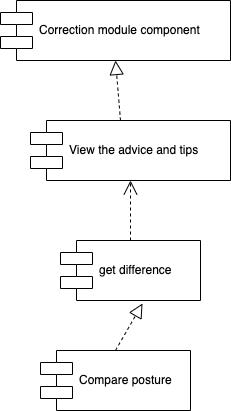
Earlier version of the draw.io export diagrams/correction.png (1338199/SDD). Source tidied: cells renumbered, new cells last; positions are measured from the earlier drawing's top-left corner, leaving out a move shared by most shapes.
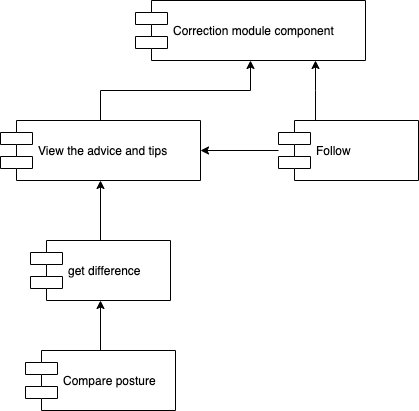
The same diagram one commit later.

Change to the diagram source:
```diff
@@ -3,25 +3,41 @@
     <mxCell id="0" />
     <mxCell id="1" parent="0" />
     <mxCell id="2" value="Correction module component" style="shape=component;align=left;spacingLeft=36;" parent="1" vertex="1">
-      <mxGeometry width="230" height="60" as="geometry" />
+      <mxGeometry x="150" width="230" height="60" as="geometry" />
     </mxCell>
+    <mxCell id="8" style="edgeStyle=orthogonalEdgeStyle;rounded=0;jettySize=auto;html=1;" parent="1" edge="1" source="3" target="2">
+      <mxGeometry relative="1" as="geometry" />
+    </mxCell>
     <mxCell id="3" value="View the advice and tips" style="shape=component;align=left;spacingLeft=36;" parent="1" vertex="1">
-      <mxGeometry x="30" y="120" width="200" height="60" as="geometry" />
+      <mxGeometry x="15" y="120" width="200" height="60" as="geometry" />
     </mxCell>
+    <mxCell id="6" style="edgeStyle=orthogonalEdgeStyle;rounded=0;jettySize=auto;html=1;" parent="1" edge="1" source="4" target="5">
+      <mxGeometry relative="1" as="geometry" />
+    </mxCell>
     <mxCell id="4" value="Compare posture" style="shape=component;align=left;spacingLeft=36;" parent="1" vertex="1">
       <mxGeometry x="40" y="350" width="150" height="60" as="geometry" />
     </mxCell>
+    <mxCell id="7" style="edgeStyle=orthogonalEdgeStyle;rounded=0;jettySize=auto;html=1;" parent="1" edge="1" source="5" target="3">
+      <mxGeometry relative="1" as="geometry" />
+    </mxCell>
     <mxCell id="5" value="get difference" style="shape=component;align=left;spacingLeft=36;" parent="1" vertex="1">
-      <mxGeometry x="60" y="240" width="140" height="60" as="geometry" />
+      <mxGeometry x="45" y="240" width="140" height="60" as="geometry" />
     </mxCell>
-    <mxCell id="6" style="endArrow=block;dashed=1;endFill=0;endSize=12;html=1;exitX=0.5;exitY=0;exitDx=0;exitDy=0;entryX=0.586;entryY=1.05;entryDx=0;entryDy=0;entryPerimeter=0;" parent="1" edge="1" source="4" target="5">
-      <mxGeometry relative="1" as="geometry" />
-    </mxCell>
-    <mxCell id="7" style="endArrow=open;endSize=12;dashed=1;html=1;exitX=0.5;exitY=0;exitDx=0;exitDy=0;" parent="1" edge="1" source="5" target="3">
-      <mxGeometry relative="1" as="geometry" />
-    </mxCell>
-    <mxCell id="8" style="endArrow=block;dashed=1;endFill=0;endSize=12;html=1;exitX=0.45;exitY=0;exitDx=0;exitDy=0;exitPerimeter=0;entryX=0.5;entryY=1;entryDx=0;entryDy=0;" parent="1" edge="1" source="3" target="2">
-      <mxGeometry relative="1" as="geometry" />
-    </mxCell>
+    <mxCell id="9" style="edgeStyle=orthogonalEdgeStyle;rounded=0;jettySize=auto;html=1;" parent="1" edge="1" source="10" target="3">
+      <mxGeometry relative="1" as="geometry" />
+    </mxCell>
+    <mxCell id="10" value="Follow" style="shape=component;align=left;spacingLeft=36;" parent="1" vertex="1">
+      <mxGeometry x="293" y="120" width="140" height="60" as="geometry" />
+    </mxCell>
+    <mxCell id="11" style="edgeStyle=orthogonalEdgeStyle;rounded=0;orthogonalLoop=1;jettySize=auto;html=1;" parent="1" edge="1">
+      <mxGeometry relative="1" as="geometry">
+        <mxPoint x="330" y="120" as="sourcePoint" />
+        <mxPoint x="330" y="60" as="targetPoint" />
+        <Array as="points">
+          <mxPoint x="330" y="90" />
+          <mxPoint x="330" y="90" />
+        </Array>
+      </mxGeometry>
+    </mxCell>
   </root>
 </mxGraphModel>
```
